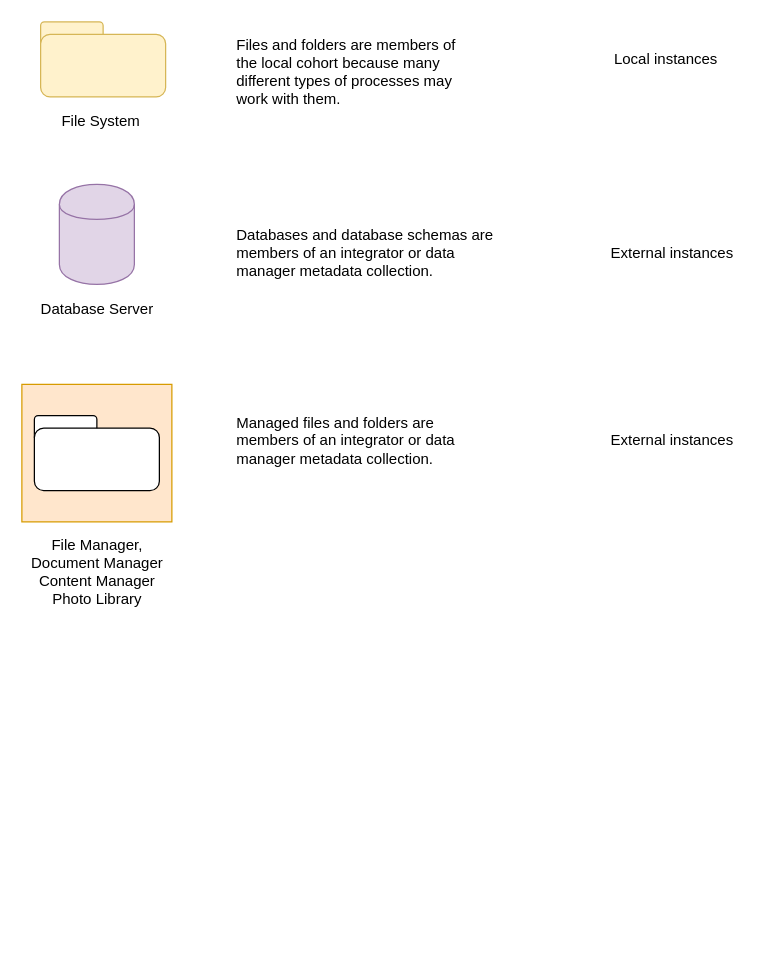
Earlier version of the draw.io diagram page "data-managers" (1 of 2) of open-metadata-implementation/access-services/data-manager/docs/data-managers.drawio (odpi/egeria). Source tidied: cells renumbered, new cells numbered last; positions are measured from the earlier drawing's top-left corner, leaving out a move shared by most shapes. Both pictures are drawn from the tidied source at 125%, with x=0, y=0 at pixel (21, 21).
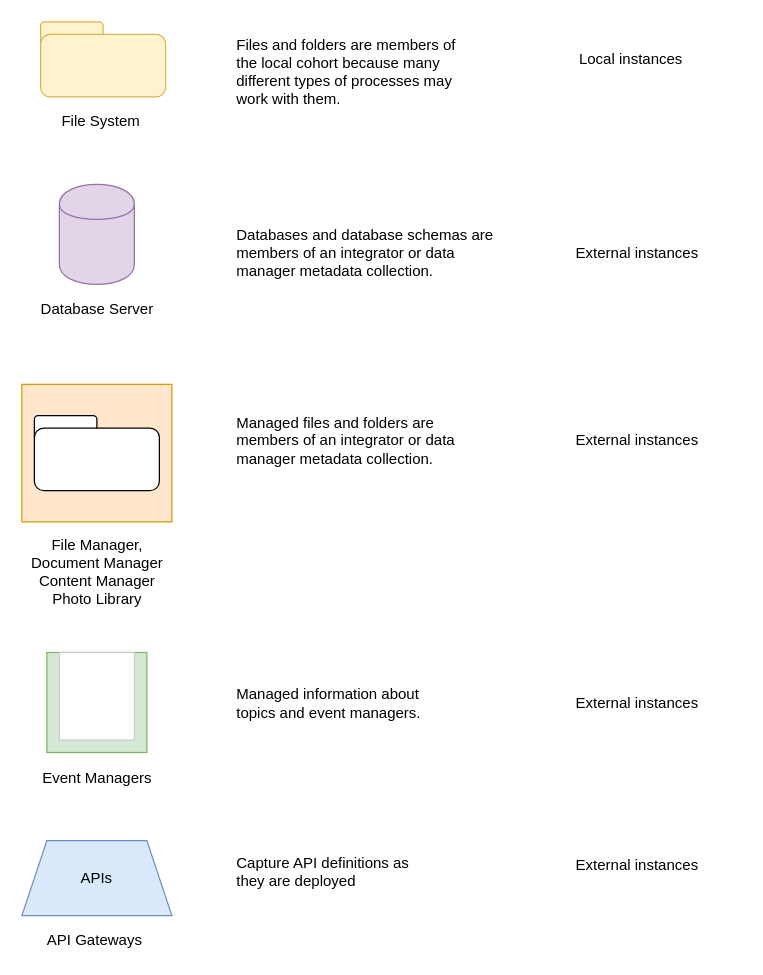
After the change.

What changed in the source:
```diff
@@
     <mxCell id="16" value="Local instances" style="text;html=1;align=center;verticalAlign=middle;" parent="1" vertex="1">
-      <mxGeometry x="465" y="20" width="100" height="20" as="geometry" />
+      <mxGeometry x="437" y="20" width="100" height="20" as="geometry" />
     </mxCell>
     <mxCell id="17" value="External instances" style="text;html=1;align=center;verticalAlign=middle;" parent="1" vertex="1">
-      <mxGeometry x="465" y="175" width="110" height="20" as="geometry" />
+      <mxGeometry x="437" y="175" width="110" height="20" as="geometry" />
     </mxCell>
     <mxCell id="18" value="External instances" style="text;html=1;align=center;verticalAlign=middle;" parent="1" vertex="1">
-      <mxGeometry x="465" y="325" width="110" height="20" as="geometry" />
+      <mxGeometry x="437" y="325" width="110" height="20" as="geometry" />
     </mxCell>
+    <mxCell id="19" value="Event Managers" style="text;html=1;align=center;verticalAlign=middle;" parent="1" vertex="1">
+      <mxGeometry x="10" y="594.5" width="100" height="20" as="geometry" />
+    </mxCell>
+    <mxCell id="20" value="Managed information about&lt;br&gt;topics and event managers." style="text;html=1;align=left;verticalAlign=middle;" parent="1" vertex="1">
+      <mxGeometry x="170" y="530" width="160" height="30" as="geometry" />
+    </mxCell>
+    <mxCell id="21" value="External instances" style="text;html=1;align=center;verticalAlign=middle;" parent="1" vertex="1">
+      <mxGeometry x="437" y="535" width="110" height="20" as="geometry" />
+    </mxCell>
+    <mxCell id="22" style="whiteSpace=wrap;html=1;fillColor=#d5e8d4;strokeColor=#82b366;" parent="1" vertex="1">
+      <mxGeometry x="20" y="504.5" width="80" height="80" as="geometry" />
+    </mxCell>
+    <mxCell id="23" style="rounded=0;whiteSpace=wrap;html=1;strokeColor=#CCCCCC;" parent="1" vertex="1">
+      <mxGeometry x="30" y="504.5" width="60" height="70" as="geometry" />
+    </mxCell>
+    <mxCell id="24" value="APIs" style="shape=trapezoid;perimeter=trapezoidPerimeter;whiteSpace=wrap;html=1;fixedSize=1;strokeColor=#6c8ebf;fillColor=#dae8fc;" parent="1" vertex="1">
+      <mxGeometry y="655" width="120" height="60" as="geometry" />
+    </mxCell>
+    <mxCell id="25" value="API Gateways" style="text;html=1;align=center;verticalAlign=middle;" parent="1" vertex="1">
+      <mxGeometry x="12.5" y="725" width="90" height="20" as="geometry" />
+    </mxCell>
+    <mxCell id="26" value="Capture API definitions as&lt;br&gt;they are deployed" style="text;html=1;align=left;verticalAlign=middle;" parent="1" vertex="1">
+      <mxGeometry x="170" y="665" width="150" height="30" as="geometry" />
+    </mxCell>
+    <mxCell id="27" value="External instances" style="text;html=1;align=center;verticalAlign=middle;" parent="1" vertex="1">
+      <mxGeometry x="437" y="665" width="110" height="20" as="geometry" />
+    </mxCell>
```
